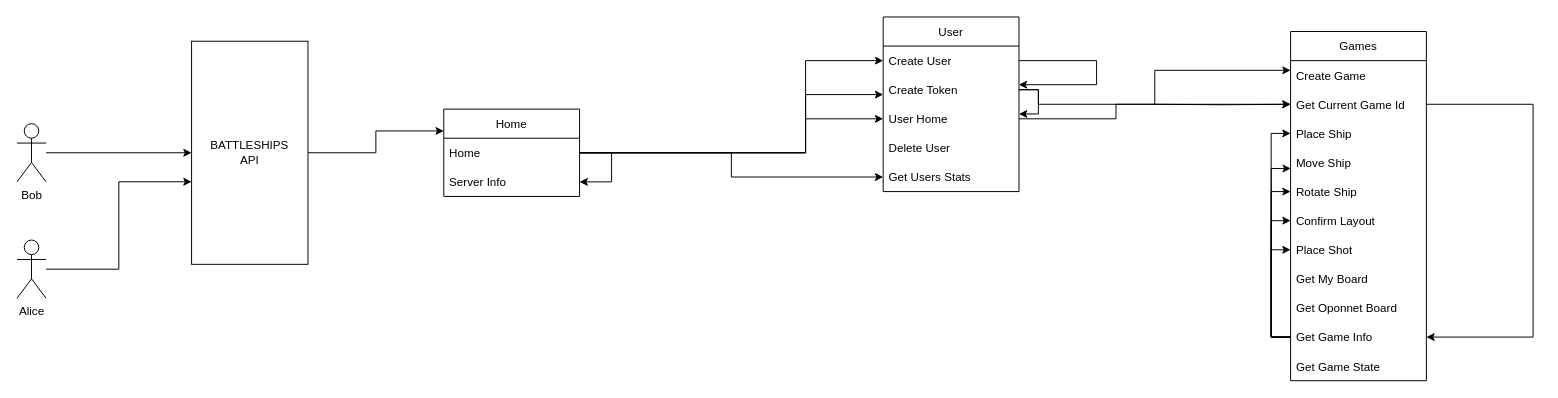
MiguelRocha2001/ISEL-DAW-Battleships-Game keeps this draw.io diagram as code/jvm/daw-battleship-game/src/main/sql/api_navigation.drawio. Above is the earlier version. Source tidied: cells renumbered, new cells numbered last; positions are measured from the earlier drawing's top-left corner, leaving out a move shared by most shapes. Both pictures are drawn from the tidied source at 97%, with x=0, y=0 at pixel (16, 16).
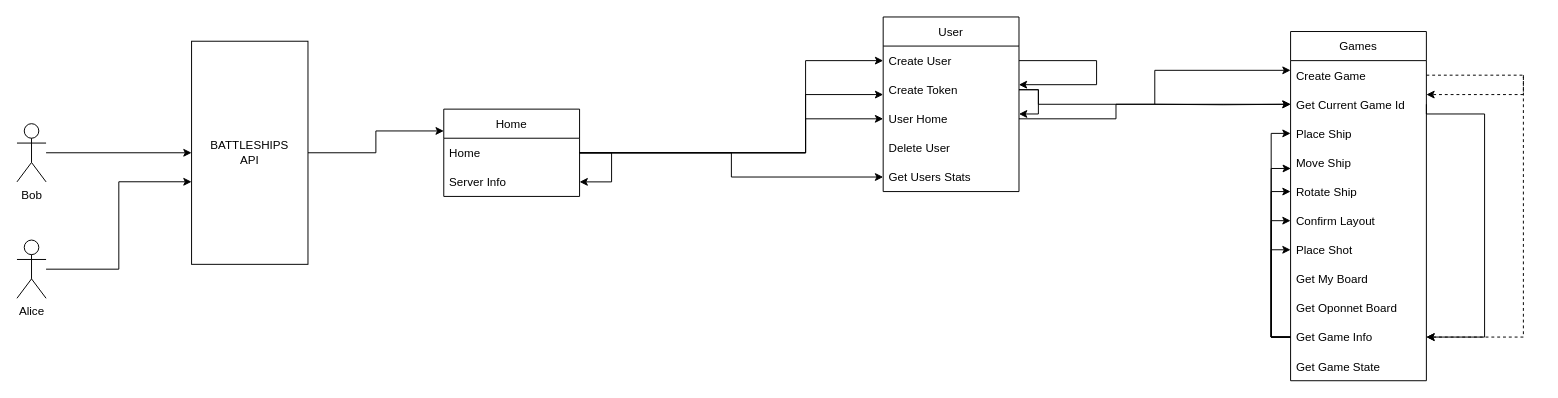
Above is the later version.

The change refers to these unchanged cells:
```xml
<mxCell id="18" value="Games" style="swimlane;fontStyle=0;horizontal=1;startSize=30;" parent="1" vertex="1">
  <mxGeometry x="1313" y="15" width="140" height="360" as="geometry" />
</mxCell>
<mxCell id="19" value="Create Game" style="text;strokeColor=none;fillColor=none;align=left;verticalAlign=middle;spacingLeft=4;spacingRight=4;overflow=hidden;points=[[0,0.5],[1,0.5]];portConstraint=eastwest;" parent="18" vertex="1">
  <mxGeometry y="30" width="140" height="30" as="geometry" />
</mxCell>
<mxCell id="21" value="Get Current Game Id" style="text;strokeColor=none;fillColor=none;align=left;verticalAlign=middle;spacingLeft=4;spacingRight=4;overflow=hidden;points=[[0,0.5],[1,0.5]];portConstraint=eastwest;" parent="18" vertex="1">
  <mxGeometry y="60" width="140" height="30" as="geometry" />
</mxCell>
<mxCell id="34" value="Get Game Info" style="text;strokeColor=none;fillColor=none;align=left;verticalAlign=middle;spacingLeft=4;spacingRight=4;overflow=hidden;points=[[0,0.5],[1,0.5]];portConstraint=eastwest;" parent="18" vertex="1">
  <mxGeometry y="300" width="140" height="30" as="geometry" />
</mxCell>
```

What changed in the source:
```diff
@@
+    <mxCell id="45" style="edgeStyle=orthogonalEdgeStyle;rounded=0;jettySize=auto;html=1;exitX=1;exitY=0.5;exitDx=0;exitDy=0;dashed=1;" parent="18" edge="1" source="19" target="21">
+      <mxGeometry relative="1" as="geometry">
+        <Array as="points">
+          <mxPoint x="240" y="45" />
+          <mxPoint x="240" y="65" />
+        </Array>
+      </mxGeometry>
+    </mxCell>
+    <mxCell id="46" style="edgeStyle=orthogonalEdgeStyle;rounded=0;jettySize=auto;html=1;entryX=1;entryY=0.5;entryDx=0;entryDy=0;dashed=1;" parent="18" edge="1" target="34">
+      <mxGeometry relative="1" as="geometry">
+        <mxPoint x="240" y="45" as="sourcePoint" />
+        <Array as="points">
+          <mxPoint x="240" y="315" />
+        </Array>
+      </mxGeometry>
+    </mxCell>
@@
     <mxCell id="20" style="edgeStyle=orthogonalEdgeStyle;rounded=0;jettySize=auto;html=1;exitX=1;exitY=0.5;exitDx=0;exitDy=0;" parent="18" edge="1" source="21" target="34">
       <mxGeometry relative="1" as="geometry">
         <Array as="points">
-          <mxPoint x="250" y="75" />
-          <mxPoint x="250" y="315" />
+          <mxPoint x="140" y="85" />
+          <mxPoint x="200" y="85" />
+          <mxPoint x="200" y="315" />
         </Array>
       </mxGeometry>
     </mxCell>
```
